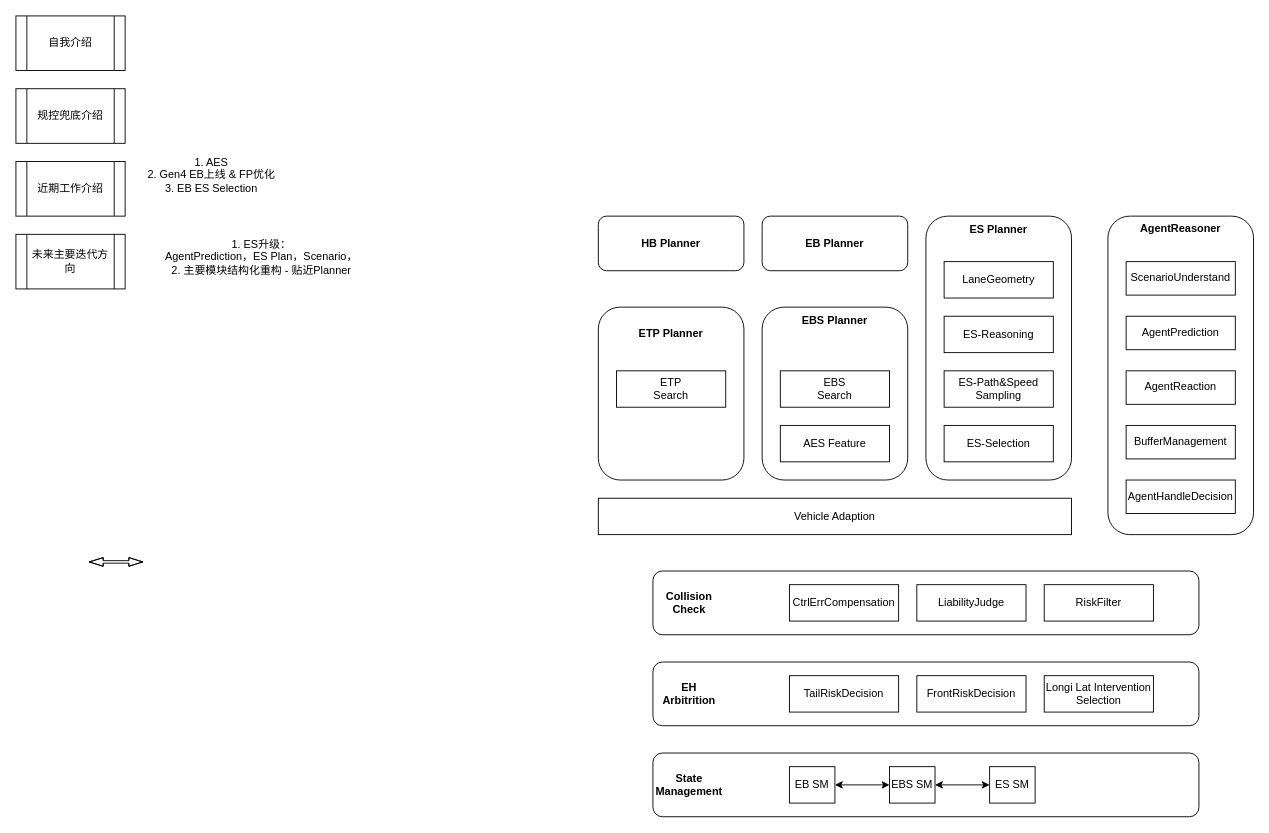
The draw.io diagram EH Submodules.drawio in zhangjoey115/Diagrams, before the edit. Source tidied: cells renumbered, new cells numbered last; positions are measured from the earlier drawing's top-left corner, leaving out a move shared by most shapes. Both pictures are drawn from the tidied source at 91%, with x=0, y=0 at pixel (15, 15).
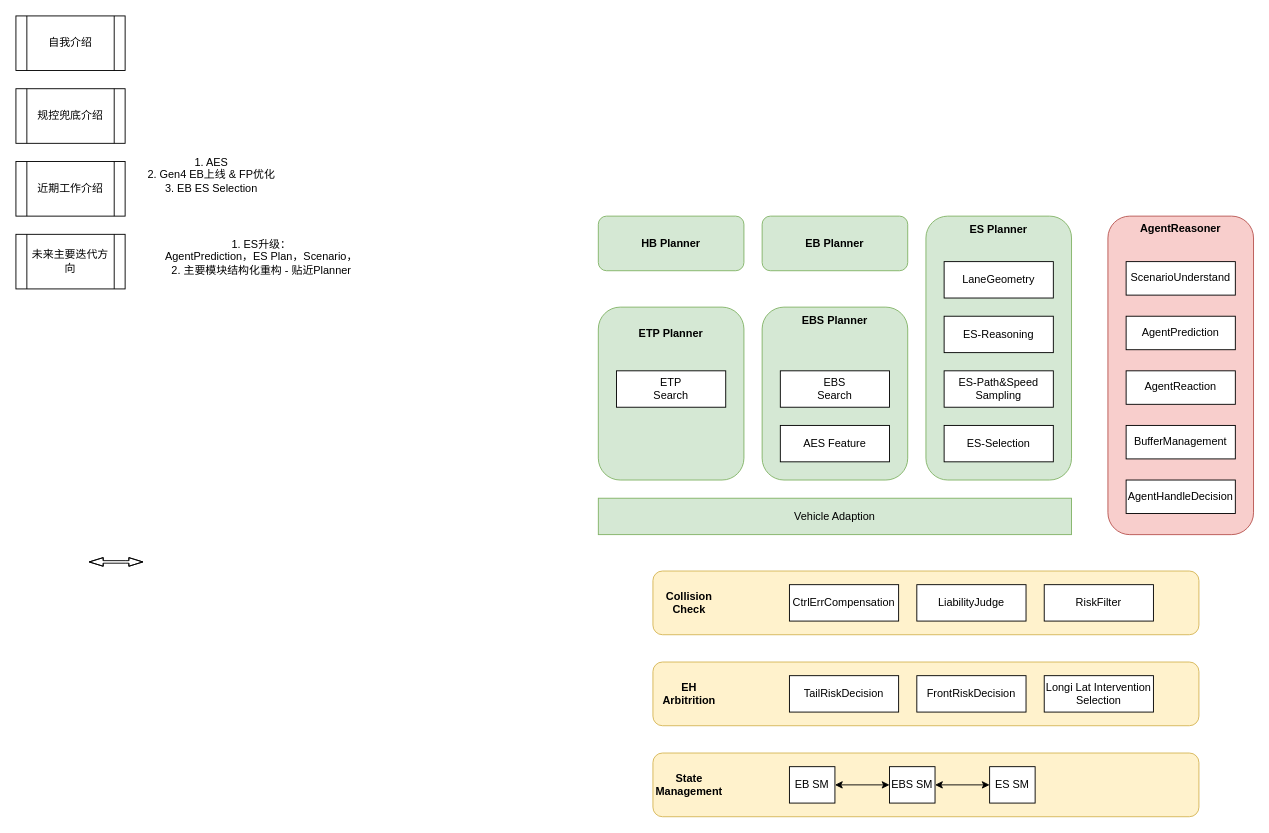
After the change.

The change refers to these unchanged cells:
```xml
<mxCell id="27" style="group;" parent="1" vertex="1">
  <mxGeometry x="1200" y="220" width="160" height="350" as="geometry" />
</mxCell>
<mxCell id="35" style="group;" parent="1" vertex="1">
  <mxGeometry x="640" y="320" width="160" height="190" as="geometry" />
</mxCell>
```

The edit, as a diff of the source:
```diff
@@
-    <mxCell id="2" style="rounded=1;whiteSpace=wrap;html=1;" parent="1" vertex="1">
+    <mxCell id="2" style="rounded=1;whiteSpace=wrap;html=1;fillColor=#fff2cc;strokeColor=#d6b656;" parent="1" vertex="1">
       <mxGeometry x="700" y="810" width="600" height="70" as="geometry" />
     </mxCell>
-    <mxCell id="3" style="rounded=1;whiteSpace=wrap;html=1;" parent="1" vertex="1">
+    <mxCell id="3" style="rounded=1;whiteSpace=wrap;html=1;fillColor=#fff2cc;strokeColor=#d6b656;" parent="1" vertex="1">
       <mxGeometry x="700" y="710" width="600" height="70" as="geometry" />
     </mxCell>
-    <mxCell id="4" style="rounded=1;whiteSpace=wrap;html=1;" parent="1" vertex="1">
+    <mxCell id="4" style="rounded=1;whiteSpace=wrap;html=1;fillColor=#fff2cc;strokeColor=#d6b656;" parent="1" vertex="1">
       <mxGeometry x="700" y="610" width="600" height="70" as="geometry" />
     </mxCell>
-    <mxCell id="5" value="&lt;b&gt;EB Planner&lt;/b&gt;" style="rounded=1;whiteSpace=wrap;html=1;" parent="1" vertex="1">
+    <mxCell id="5" value="&lt;b&gt;EB Planner&lt;/b&gt;" style="rounded=1;whiteSpace=wrap;html=1;fillColor=#d5e8d4;strokeColor=#82b366;" parent="1" vertex="1">
       <mxGeometry x="820" y="220" width="160" height="60" as="geometry" />
     </mxCell>
-    <mxCell id="6" style="rounded=1;whiteSpace=wrap;html=1;" parent="1" vertex="1">
+    <mxCell id="6" style="rounded=1;whiteSpace=wrap;html=1;fillColor=#d5e8d4;strokeColor=#82b366;" parent="1" vertex="1">
       <mxGeometry x="820" y="320" width="160" height="190" as="geometry" />
     </mxCell>
-    <mxCell id="7" style="rounded=1;whiteSpace=wrap;html=1;" parent="1" vertex="1">
+    <mxCell id="7" style="rounded=1;whiteSpace=wrap;html=1;fillColor=#d5e8d4;strokeColor=#82b366;" parent="1" vertex="1">
       <mxGeometry x="1000" y="220" width="160" height="290" as="geometry" />
     </mxCell>
@@
-    <mxCell id="15" value="Vehicle Adaption" style="rounded=0;whiteSpace=wrap;html=1;" parent="1" vertex="1">
+    <mxCell id="15" value="Vehicle Adaption" style="rounded=0;whiteSpace=wrap;html=1;fillColor=#d5e8d4;strokeColor=#82b366;" parent="1" vertex="1">
       <mxGeometry x="640" y="530" width="520" height="40" as="geometry" />
     </mxCell>
@@
-    <mxCell id="28" style="rounded=1;whiteSpace=wrap;html=1;" parent="27" vertex="1">
+    <mxCell id="28" style="rounded=1;whiteSpace=wrap;html=1;fillColor=#f8cecc;strokeColor=#b85450;" parent="27" vertex="1">
       <mxGeometry width="160" height="350" as="geometry" />
     </mxCell>
@@
-    <mxCell id="36" style="rounded=1;whiteSpace=wrap;html=1;" parent="35" vertex="1">
+    <mxCell id="36" style="rounded=1;whiteSpace=wrap;html=1;fillColor=#d5e8d4;strokeColor=#82b366;" parent="35" vertex="1">
       <mxGeometry width="160" height="190" as="geometry" />
     </mxCell>
@@
-    <mxCell id="46" value="&lt;b&gt;HB Planner&lt;/b&gt;" style="rounded=1;whiteSpace=wrap;html=1;" parent="1" vertex="1">
+    <mxCell id="46" value="&lt;b&gt;HB Planner&lt;/b&gt;" style="rounded=1;whiteSpace=wrap;html=1;fillColor=#d5e8d4;strokeColor=#82b366;" parent="1" vertex="1">
       <mxGeometry x="640" y="220" width="160" height="60" as="geometry" />
     </mxCell>
```
